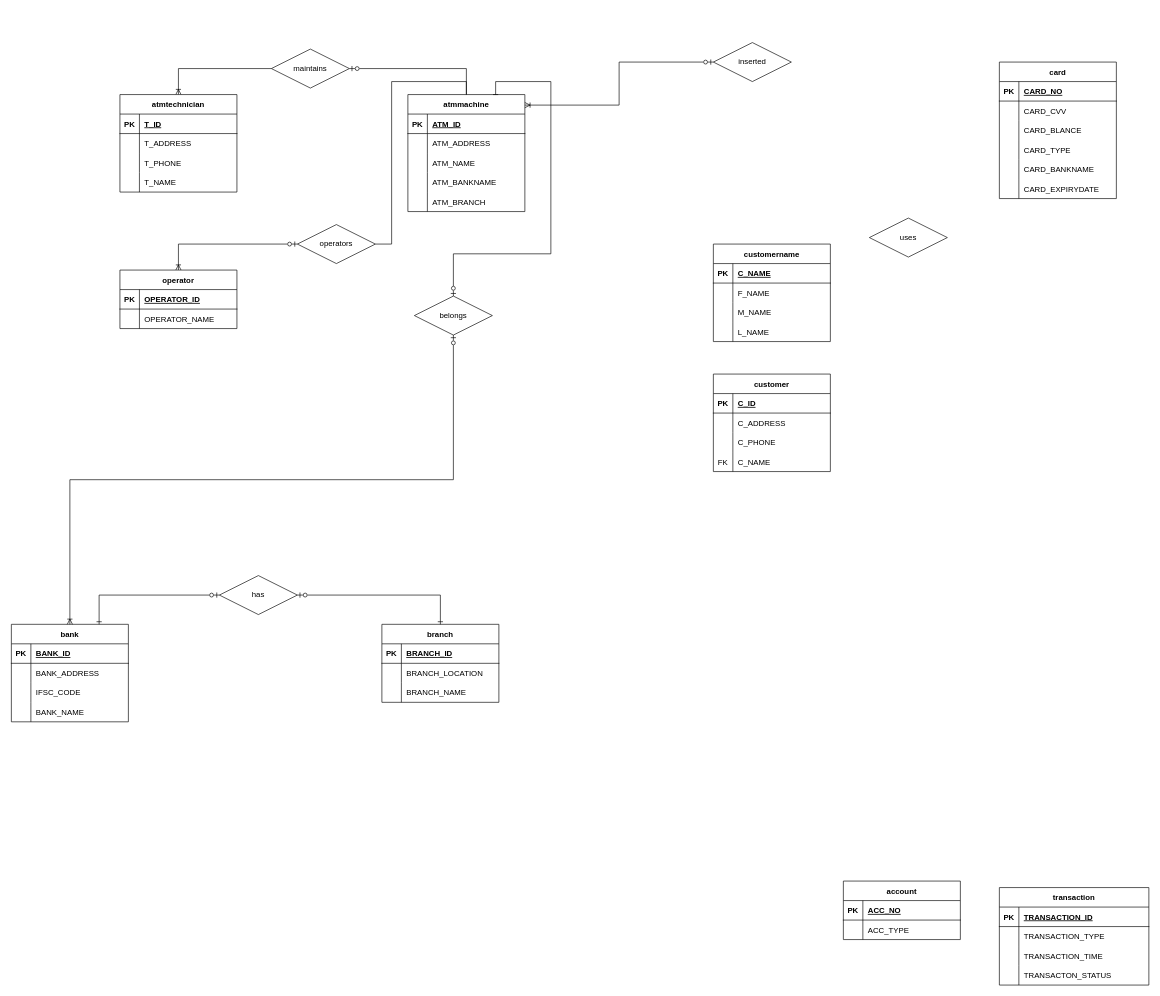
The draw.io diagram atmbank.drawio in Meoleodeo/erd-sth, before the edit. Source tidied: cells renumbered, new cells numbered last; positions are measured from the earlier drawing's top-left corner, leaving out a move shared by most shapes. Both pictures are drawn from the tidied source at 65%, with x=0, y=0 at pixel (11, 42).
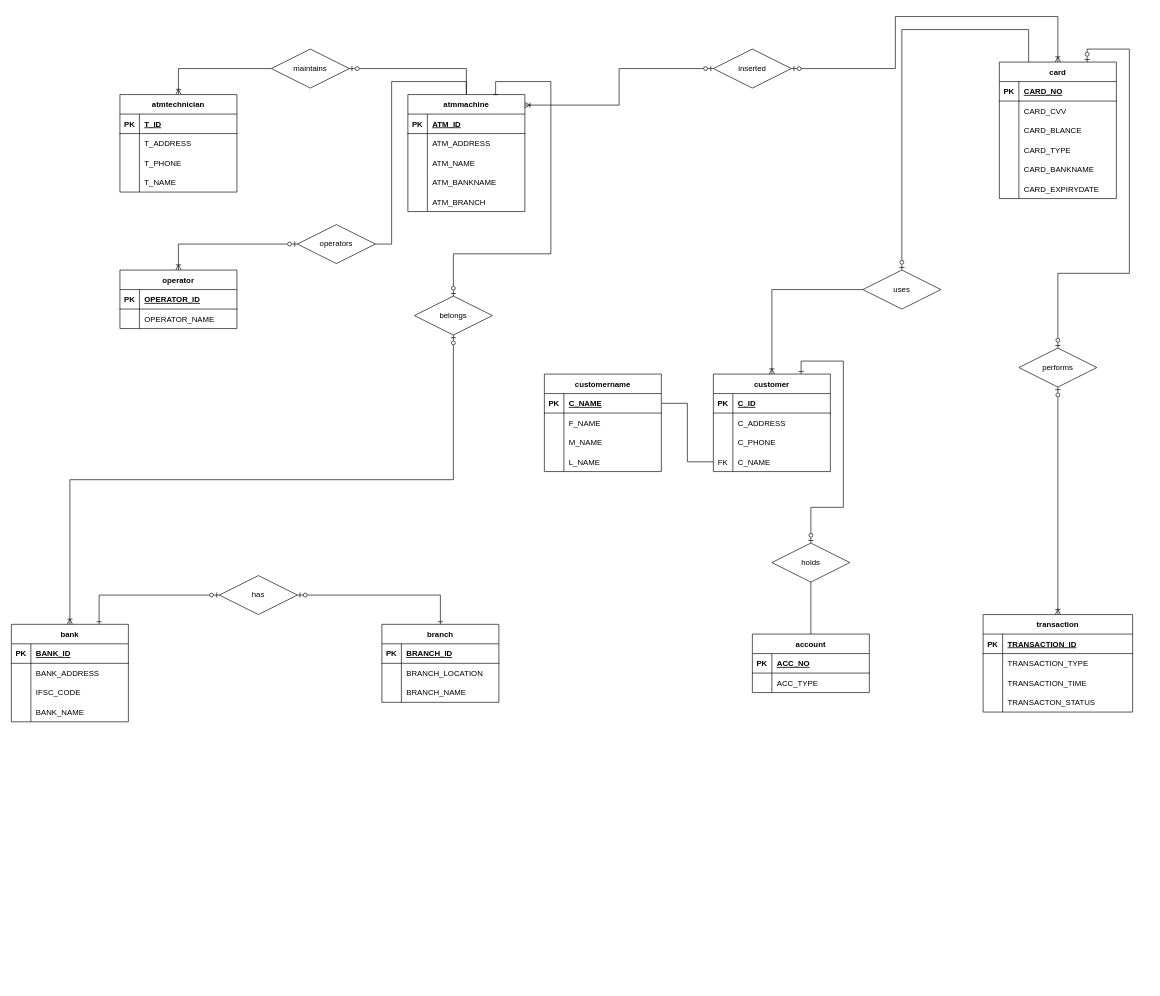
The same page after the edit.

Commit message (it also covers changes not shown here):
Cập nhật atmbank.drawio

Unchanged cells that the change refers to:
```xml
<mxCell id="2" value="customer" style="shape=table;startSize=30;childLayout=tableLayout;rowLines=0;fontStyle=1;align=center;" parent="1" vertex="1">
  <mxGeometry x="1080" y="510" width="180" height="150" as="geometry" />
</mxCell>
<mxCell id="12" style="shape=tableRow;horizontal=0;startSize=0;swimlaneHead=0;swimlaneBody=0;fillColor=none;points=[[0,0.5],[1,0.5]];portConstraint=eastwest;top=0;left=0;right=0;bottom=0;" parent="2" vertex="1">
  <mxGeometry y="120" width="180" height="30" as="geometry" />
</mxCell>
<mxCell id="16" style="shape=tableRow;horizontal=0;startSize=0;swimlaneHead=0;swimlaneBody=0;fillColor=none;points=[[0,0.5],[1,0.5]];portConstraint=eastwest;top=0;left=0;right=0;bottom=1;" parent="15" vertex="1">
  <mxGeometry y="30" width="180" height="30" as="geometry" />
</mxCell>
<mxCell id="28" value="card" style="shape=table;startSize=30;childLayout=tableLayout;rowLines=0;fontStyle=1;align=center;" parent="1" vertex="1">
  <mxGeometry x="1520" y="30" width="180" height="210" as="geometry" />
</mxCell>
```

What changed in the source:
```diff
@@
+    <mxCell id="141" style="edgeStyle=orthogonalEdgeStyle;rounded=0;jettySize=auto;html=1;exitX=0.75;exitY=0;exitDx=0;exitDy=0;startArrow=ERone;startFill=0;endArrow=ERzeroToOne;endFill=0;" parent="1" edge="1" source="2" target="149">
+      <mxGeometry relative="1" as="geometry" />
+    </mxCell>
@@
+    <mxCell id="142" style="edgeStyle=orthogonalEdgeStyle;rounded=0;jettySize=auto;html=1;exitX=0.5;exitY=0;exitDx=0;exitDy=0;entryX=0;entryY=0.5;entryDx=0;entryDy=0;startArrow=ERoneToMany;startFill=0;endArrow=none;endFill=0;" parent="1" edge="1" source="2" target="138">
+      <mxGeometry relative="1" as="geometry" />
+    </mxCell>
     <mxCell id="15" value="customername" style="shape=table;startSize=30;childLayout=tableLayout;rowLines=0;fontStyle=1;align=center;" parent="1" vertex="1">
-      <mxGeometry x="1080" y="310" width="180" height="150" as="geometry" />
+      <mxGeometry x="820" y="510" width="180" height="150" as="geometry" />
     </mxCell>
@@
+    <mxCell id="143" style="edgeStyle=orthogonalEdgeStyle;rounded=0;jettySize=auto;html=1;exitX=0.25;exitY=0;exitDx=0;exitDy=0;entryX=0.5;entryY=0;entryDx=0;entryDy=0;startArrow=none;startFill=0;endArrow=ERzeroToOne;endFill=0;" parent="1" edge="1" source="28" target="138">
+      <mxGeometry relative="1" as="geometry">
+        <Array as="points">
+          <mxPoint x="1565" y="-20" />
+          <mxPoint x="1370" y="-20" />
+        </Array>
+      </mxGeometry>
+    </mxCell>
@@
     <mxCell id="47" value="transaction" style="shape=table;startSize=30;childLayout=tableLayout;rowLines=0;fontStyle=1;align=center;" parent="1" vertex="1">
-      <mxGeometry x="1520" y="1300" width="230" height="150" as="geometry" />
+      <mxGeometry x="1495" y="880" width="230" height="150" as="geometry" />
     </mxCell>
@@
     <mxCell id="60" value="account" style="shape=table;startSize=30;childLayout=tableLayout;rowLines=0;fontStyle=1;align=center;" parent="1" vertex="1">
-      <mxGeometry x="1280" y="1290" width="180" height="90" as="geometry" />
+      <mxGeometry x="1140" y="910" width="180" height="90" as="geometry" />
     </mxCell>
@@
     <mxCell id="138" value="uses" style="shape=rhombus;perimeter=rhombusPerimeter;whiteSpace=wrap;html=1;align=center;" parent="1" vertex="1">
-      <mxGeometry x="1320" y="270" width="120" height="60" as="geometry" />
+      <mxGeometry x="1310" y="350" width="120" height="60" as="geometry" />
     </mxCell>
@@
+    <mxCell id="144" style="edgeStyle=orthogonalEdgeStyle;rounded=0;jettySize=auto;html=1;exitX=1;exitY=0.5;exitDx=0;exitDy=0;startArrow=ERzeroToOne;startFill=0;endArrow=ERoneToMany;endFill=0;entryX=0.5;entryY=0;entryDx=0;entryDy=0;" parent="1" edge="1" source="140" target="28">
+      <mxGeometry relative="1" as="geometry">
+        <Array as="points">
+          <mxPoint x="1360" y="40" />
+          <mxPoint x="1360" y="-40" />
+          <mxPoint x="1610" y="-40" />
+        </Array>
+      </mxGeometry>
+    </mxCell>
     <mxCell id="140" value="inserted" style="shape=rhombus;perimeter=rhombusPerimeter;whiteSpace=wrap;html=1;align=center;" parent="1" vertex="1">
-      <mxGeometry x="1080" width="120" height="60" as="geometry" />
+      <mxGeometry x="1080" y="10" width="120" height="60" as="geometry" />
     </mxCell>
+    <mxCell id="145" style="edgeStyle=orthogonalEdgeStyle;rounded=0;jettySize=auto;html=1;exitX=0.5;exitY=0;exitDx=0;exitDy=0;entryX=0.75;entryY=0;entryDx=0;entryDy=0;startArrow=ERzeroToOne;startFill=0;endArrow=ERzeroToOne;endFill=0;" parent="1" edge="1" source="147" target="28">
+      <mxGeometry relative="1" as="geometry" />
+    </mxCell>
+    <mxCell id="146" style="edgeStyle=orthogonalEdgeStyle;rounded=0;jettySize=auto;html=1;exitX=0.5;exitY=1;exitDx=0;exitDy=0;entryX=0.5;entryY=0;entryDx=0;entryDy=0;startArrow=ERzeroToOne;startFill=0;endArrow=ERoneToMany;endFill=0;" parent="1" edge="1" source="147" target="47">
+      <mxGeometry relative="1" as="geometry" />
+    </mxCell>
+    <mxCell id="147" value="performs" style="shape=rhombus;perimeter=rhombusPerimeter;whiteSpace=wrap;html=1;align=center;" parent="1" vertex="1">
+      <mxGeometry x="1550" y="470" width="120" height="60" as="geometry" />
+    </mxCell>
+    <mxCell id="148" style="edgeStyle=orthogonalEdgeStyle;rounded=0;jettySize=auto;html=1;exitX=0.5;exitY=1;exitDx=0;exitDy=0;entryX=0.5;entryY=0;entryDx=0;entryDy=0;startArrow=none;startFill=0;endArrow=none;endFill=0;" parent="1" edge="1" source="149" target="60">
+      <mxGeometry relative="1" as="geometry" />
+    </mxCell>
+    <mxCell id="149" value="holds" style="shape=rhombus;perimeter=rhombusPerimeter;whiteSpace=wrap;html=1;align=center;" parent="1" vertex="1">
+      <mxGeometry x="1170" y="770" width="120" height="60" as="geometry" />
+    </mxCell>
+    <mxCell id="150" style="edgeStyle=orthogonalEdgeStyle;rounded=0;jettySize=auto;html=1;exitX=1;exitY=0.5;exitDx=0;exitDy=0;entryX=0;entryY=0.5;entryDx=0;entryDy=0;startArrow=none;startFill=0;endArrow=none;endFill=0;" parent="1" edge="1" source="16" target="12">
+      <mxGeometry relative="1" as="geometry" />
+    </mxCell>
```
